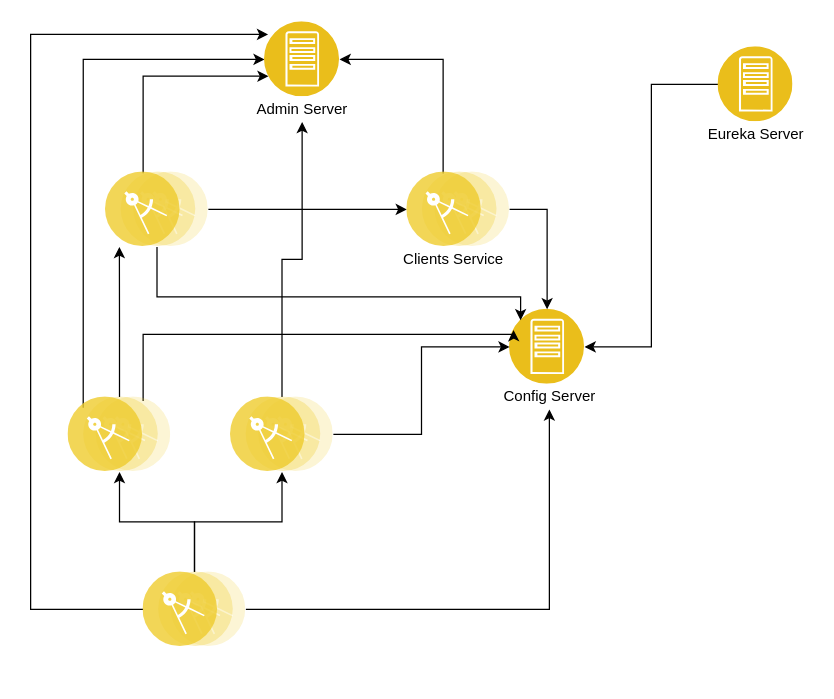
Earlier version of the draw.io diagram SolutionDiagram.drawio (DDMonzonUrrutia/bancking-diagrams). Source tidied: cells renumbered, new cells numbered last; positions are measured from the earlier drawing's top-left corner, leaving out a move shared by most shapes. Both pictures are drawn from the tidied source at 125%, with x=0, y=0 at pixel (30, 21).
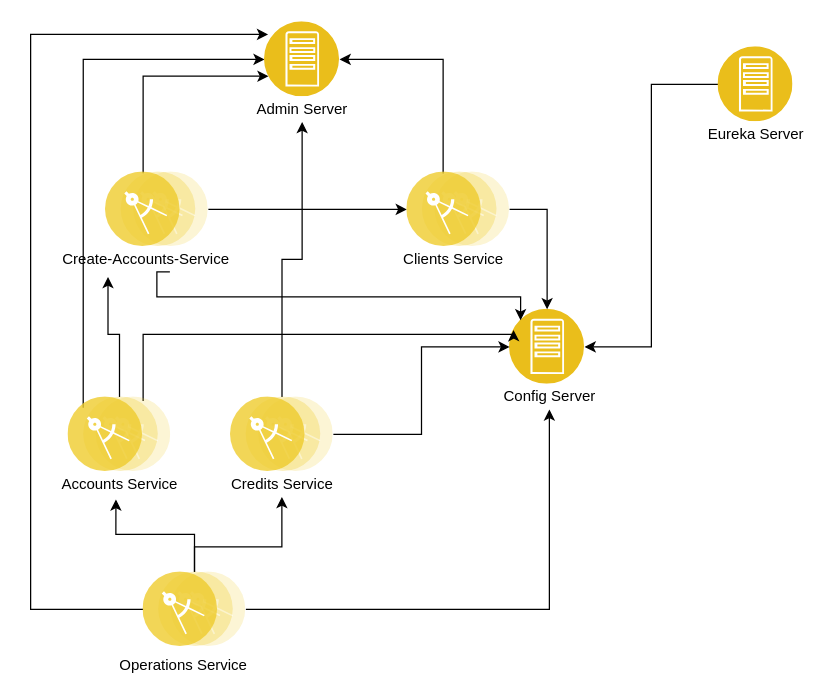
Above is the later version.

The change refers to these unchanged cells:
```xml
<mxCell id="2" style="perimeter=ellipsePerimeter;html=1;align=center;shadow=0;dashed=0;fontColor=#4277BB;labelBackgroundColor=#ffffff;fontSize=12;spacingTop=3;image;image=img/lib/ibm/applications/app_server.svg;" parent="1" vertex="1">
  <mxGeometry x="383.2" y="230" width="60" height="60" as="geometry" />
</mxCell>
<mxCell id="6" style="perimeter=ellipsePerimeter;html=1;align=center;shadow=0;dashed=0;fontColor=#4277BB;labelBackgroundColor=#ffffff;fontSize=12;spacingTop=3;image;image=img/lib/ibm/applications/microservice.svg;" parent="1" vertex="1">
  <mxGeometry x="30" y="300" width="82.2" height="60" as="geometry" />
</mxCell>
<mxCell id="9" style="perimeter=ellipsePerimeter;html=1;align=center;shadow=0;dashed=0;fontColor=#4277BB;labelBackgroundColor=#ffffff;fontSize=12;spacingTop=3;image;image=img/lib/ibm/applications/microservice.svg;" parent="1" vertex="1">
  <mxGeometry x="160" y="300" width="82.2" height="60" as="geometry" />
</mxCell>
<mxCell id="13" style="perimeter=ellipsePerimeter;html=1;align=center;shadow=0;dashed=0;fontColor=#4277BB;labelBackgroundColor=#ffffff;fontSize=12;spacingTop=3;image;image=img/lib/ibm/applications/microservice.svg;" parent="1" vertex="1">
  <mxGeometry x="60" y="120" width="82.2" height="60" as="geometry" />
</mxCell>
<mxCell id="18" style="perimeter=ellipsePerimeter;html=1;align=center;shadow=0;dashed=0;fontColor=#4277BB;labelBackgroundColor=#ffffff;fontSize=12;spacingTop=3;image;image=img/lib/ibm/applications/microservice.svg;" parent="1" vertex="1">
  <mxGeometry x="90" y="440" width="82.2" height="60" as="geometry" />
</mxCell>
```

What changed in the source:
```diff
@@
-    <mxCell id="3" style="edgeStyle=orthogonalEdgeStyle;rounded=0;jettySize=auto;html=1;" parent="1" edge="1" source="6">
-      <mxGeometry relative="1" as="geometry">
-        <mxPoint x="71" y="180" as="targetPoint" />
-      </mxGeometry>
+    <mxCell id="3" style="edgeStyle=orthogonalEdgeStyle;rounded=0;jettySize=auto;html=1;entryX=0.298;entryY=1.2;entryDx=0;entryDy=0;entryPerimeter=0;" parent="1" edge="1" source="6" target="29">
+      <mxGeometry relative="1" as="geometry" />
     </mxCell>
@@
-    <mxCell id="11" style="edgeStyle=orthogonalEdgeStyle;rounded=0;jettySize=auto;html=1;entryX=0;entryY=0;entryDx=0;entryDy=0;" parent="1" edge="1" source="13" target="2">
+    <mxCell id="11" style="edgeStyle=orthogonalEdgeStyle;rounded=0;jettySize=auto;html=1;entryX=0;entryY=0;entryDx=0;entryDy=0;exitX=0.628;exitY=1;exitDx=0;exitDy=0;exitPerimeter=0;" parent="1" edge="1" source="29" target="2">
       <mxGeometry relative="1" as="geometry">
         <Array as="points">
+          <mxPoint x="101" y="200" />
           <mxPoint x="101" y="220" />
           <mxPoint x="392" y="220" />
         </Array>
       </mxGeometry>
     </mxCell>
@@
-    <mxCell id="14" style="edgeStyle=orthogonalEdgeStyle;rounded=0;jettySize=auto;html=1;" parent="1" edge="1" source="18" target="6">
+    <mxCell id="14" style="edgeStyle=orthogonalEdgeStyle;rounded=0;jettySize=auto;html=1;entryX=0.474;entryY=1.1;entryDx=0;entryDy=0;entryPerimeter=0;" parent="1" edge="1" source="18" target="31">
       <mxGeometry relative="1" as="geometry" />
     </mxCell>
-    <mxCell id="15" style="edgeStyle=orthogonalEdgeStyle;rounded=0;jettySize=auto;html=1;entryX=0.5;entryY=1;entryDx=0;entryDy=0;" parent="1" edge="1" source="18" target="9">
-      <mxGeometry relative="1" as="geometry" />
+    <mxCell id="15" style="edgeStyle=orthogonalEdgeStyle;rounded=0;jettySize=auto;html=1;" parent="1" edge="1" source="18">
+      <mxGeometry relative="1" as="geometry">
+        <mxPoint x="201" y="380" as="targetPoint" />
+        <Array as="points">
+          <mxPoint x="131" y="420" />
+          <mxPoint x="201" y="420" />
+        </Array>
+      </mxGeometry>
     </mxCell>
@@
+    <mxCell id="29" value="Create-Accounts-Service" style="text;html=1;align=center;verticalAlign=middle;points=[];strokeColor=none;" parent="1" vertex="1">
+      <mxGeometry x="17.2" y="180" width="150" height="20" as="geometry" />
+    </mxCell>
+    <mxCell id="30" value="Operations Service" style="text;html=1;align=center;verticalAlign=middle;strokeColor=none;" parent="1" vertex="1">
+      <mxGeometry x="62.2" y="505" width="120" height="20" as="geometry" />
+    </mxCell>
+    <mxCell id="31" value="Accounts Service" style="text;html=1;align=center;verticalAlign=middle;points=[];strokeColor=none;" parent="1" vertex="1">
+      <mxGeometry x="16.1" y="360" width="110" height="20" as="geometry" />
+    </mxCell>
+    <mxCell id="32" value="Credits Service" style="text;html=1;align=center;verticalAlign=middle;strokeColor=none;" parent="1" vertex="1">
+      <mxGeometry x="151.1" y="360" width="100" height="20" as="geometry" />
+    </mxCell>
```
